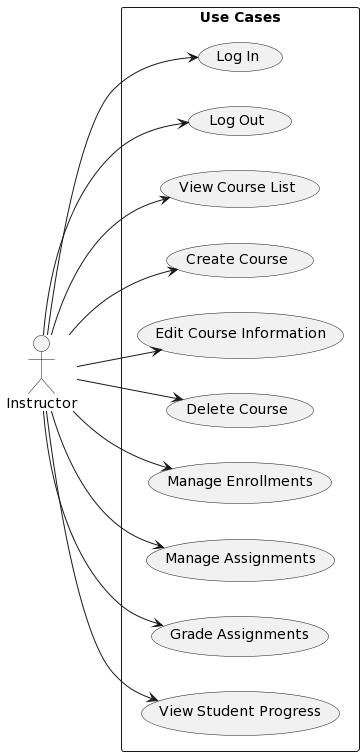
ninehcobra/SE357-Pratice-class keeps this PlantUML diagram as Lab 1/Lab1.2/Usecase/instructor_usecase.png. Above is the earlier version.
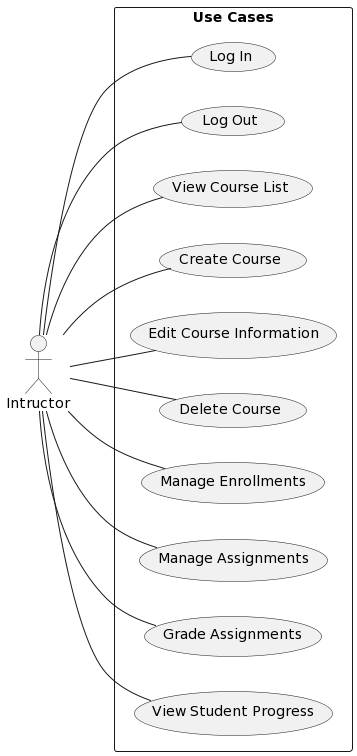
After the commit.

The edit, as a diff of the source:
```diff
@@ -1,7 +1,7 @@
 @startuml
 left to right direction
 skinparam packageStyle rectangle
-actor Instructor as "Instructor"
+actor Intructor as "Intructor"
 
 rectangle "Use Cases" {
   usecase "Log In" as UC1
@@ -13,17 +13,17 @@
   usecase "Manage Enrollments" as UC7
   usecase "Manage Assignments" as UC8
   usecase "Grade Assignments" as UC9
-  usecase "View Student Progress" as UC10
+   usecase "View Student Progress" as UC10
 }
 
-Instructor --> UC1
-Instructor --> UC2
-Instructor --> UC3
-Instructor --> UC4
-Instructor --> UC5
-Instructor --> UC6
-Instructor --> UC7
-Instructor --> UC8
-Instructor --> UC9
-Instructor --> UC10
+Intructor -- UC1
+Intructor -- UC2
+Intructor -- UC3
+Intructor -- UC4
+Intructor -- UC5
+Intructor -- UC6
+Intructor -- UC7
+Intructor -- UC8
+Intructor -- UC9
+Intructor -- UC10
 @enduml
```
